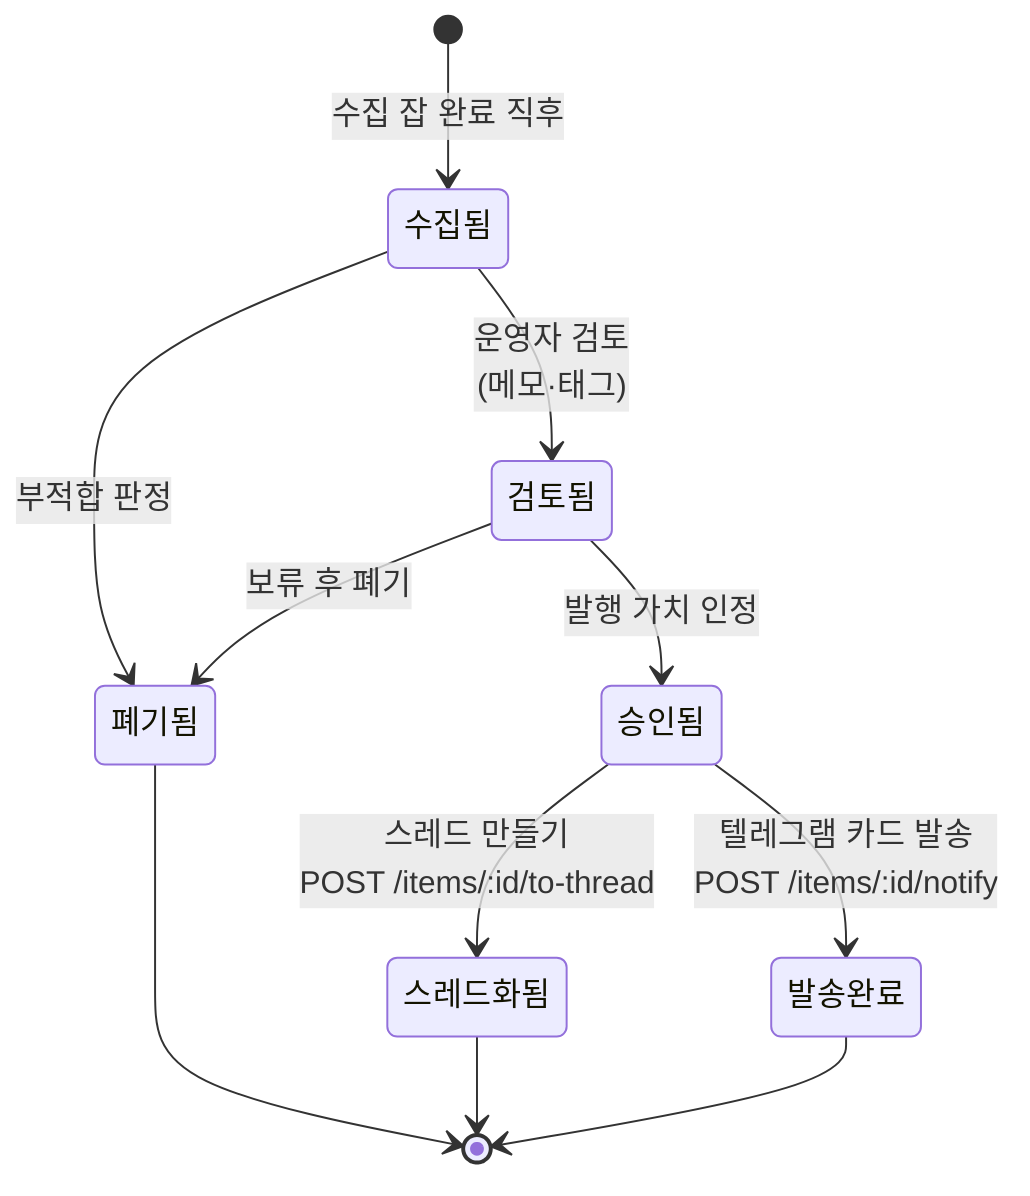
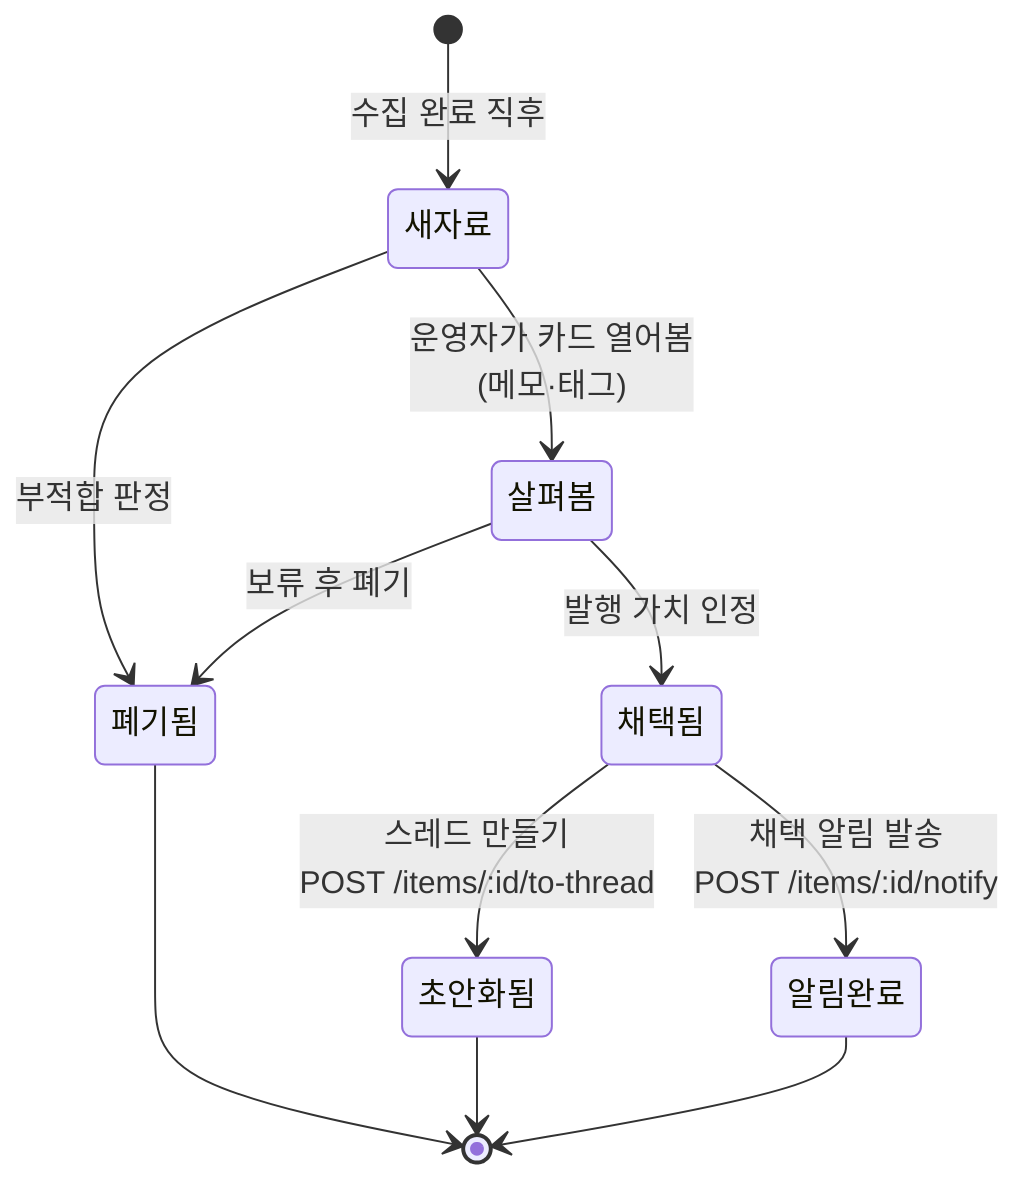
stateDiagram-v2
-   [*] --> 수집됨: 수집 잡 완료 직후
-   수집됨 --> 검토됨: 운영자 검토<br/>(메모·태그)
-   수집됨 --> 폐기됨: 부적합 판정
-   검토됨 --> 승인됨: 발행 가치 인정
-   승인됨 --> 발송완료: 텔레그램 카드 발송<br/>POST /items/:id/notify
-   승인됨 --> 스레드화됨: 스레드 만들기<br/>POST /items/:id/to-thread
-   검토됨 --> 폐기됨: 보류 후 폐기
+   [*] --> 새자료: 수집 완료 직후
+   새자료 --> 살펴봄: 운영자가 카드 열어봄<br/>(메모·태그)
+   새자료 --> 폐기됨: 부적합 판정
+   살펴봄 --> 채택됨: 발행 가치 인정
+   채택됨 --> 알림완료: 채택 알림 발송<br/>POST /items/:id/notify
+   채택됨 --> 초안화됨: 스레드 만들기<br/>POST /items/:id/to-thread
+   살펴봄 --> 폐기됨: 보류 후 폐기
  폐기됨 --> [*]
-   스레드화됨 --> [*]
-   발송완료 --> [*]
+   초안화됨 --> [*]
+   알림완료 --> [*]
